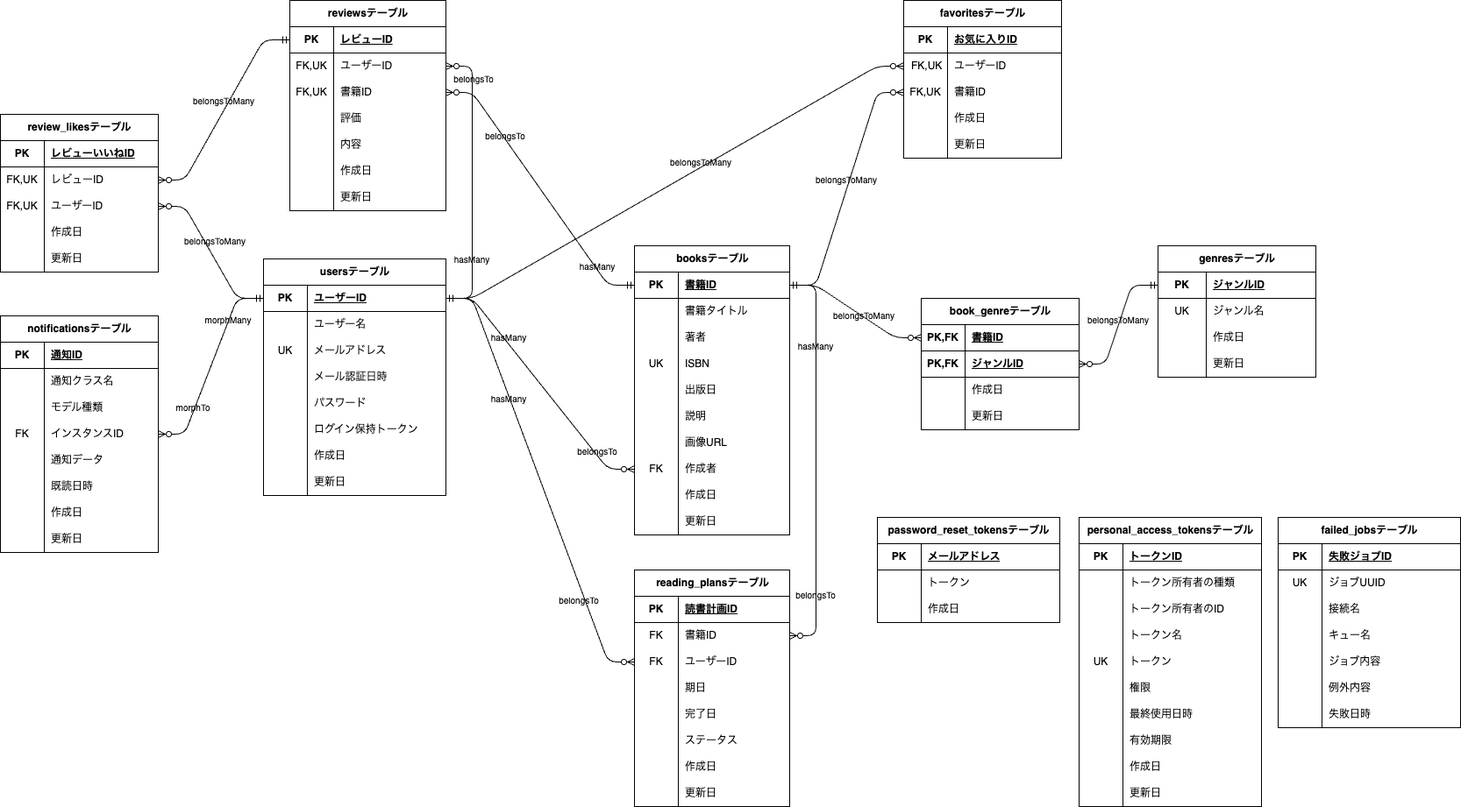
This is erd.png from yuichiro-yamada/bookshelf, a draw.io export, as it was before one commit. Source tidied: cells renumbered, new cells last; positions are measured from the earlier drawing's top-left corner, leaving out a move shared by most shapes.
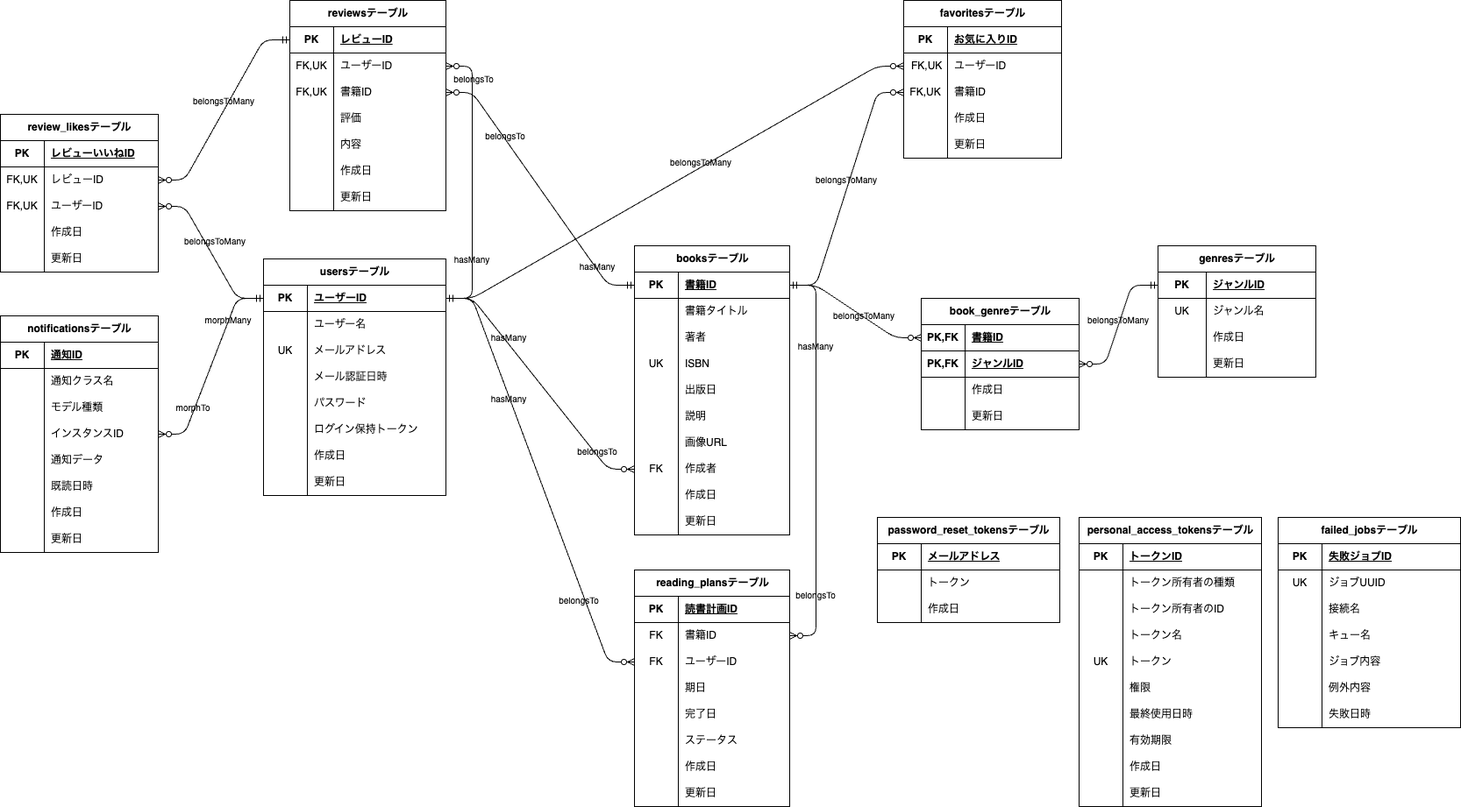
After the commit.

Commit message:
ER図：notificationsのnotifiable_idからFK表記を削除（ポリモーフィック関連のため外部キー制約なし）

The edit, as a diff of the source:
```diff
@@ -583,7 +583,7 @@
     <mxCell id="193" style="shape=tableRow;horizontal=0;startSize=0;swimlaneHead=0;swimlaneBody=0;fillColor=none;points=[[0,0.5],[1,0.5]];portConstraint=eastwest;top=0;left=0;right=0;bottom=0;" parent="183" vertex="1">
       <mxGeometry y="120" width="180" height="30" as="geometry" />
     </mxCell>
-    <mxCell id="194" value="FK" style="shape=partialRectangle;fillColor=none;top=0;left=0;bottom=0;right=0;overflow=hidden;whiteSpace=wrap;html=1;" parent="193" vertex="1">
+    <mxCell id="194" style="shape=partialRectangle;fillColor=none;top=0;left=0;bottom=0;right=0;overflow=hidden;whiteSpace=wrap;html=1;" parent="193" vertex="1">
       <mxGeometry width="50" height="30" as="geometry" />
     </mxCell>
     <mxCell id="195" value="インスタンスID" style="shape=partialRectangle;fillColor=none;top=0;left=0;bottom=0;right=0;align=left;spacingLeft=6;overflow=hidden;whiteSpace=wrap;html=1;" parent="193" vertex="1">
```
